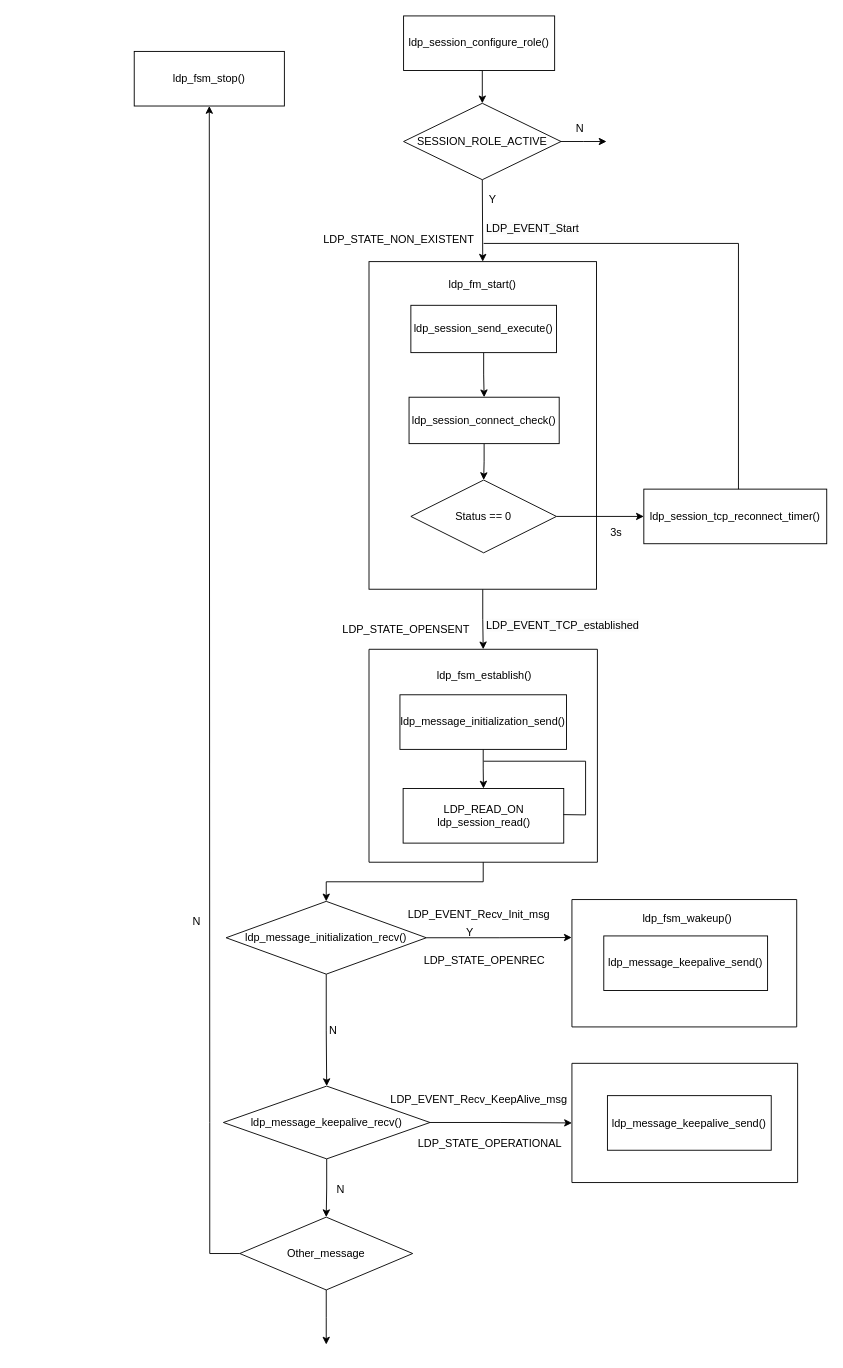
Above: lLDP_FSM_Start.drawio in YapphDev/LinkList (draw.io), before the change. Source tidied: cells renumbered, new cells numbered last; positions are measured from the earlier drawing's top-left corner, leaving out a move shared by most shapes. Both pictures are drawn from the tidied source at 91%, with x=0, y=0 at pixel (134, 15).
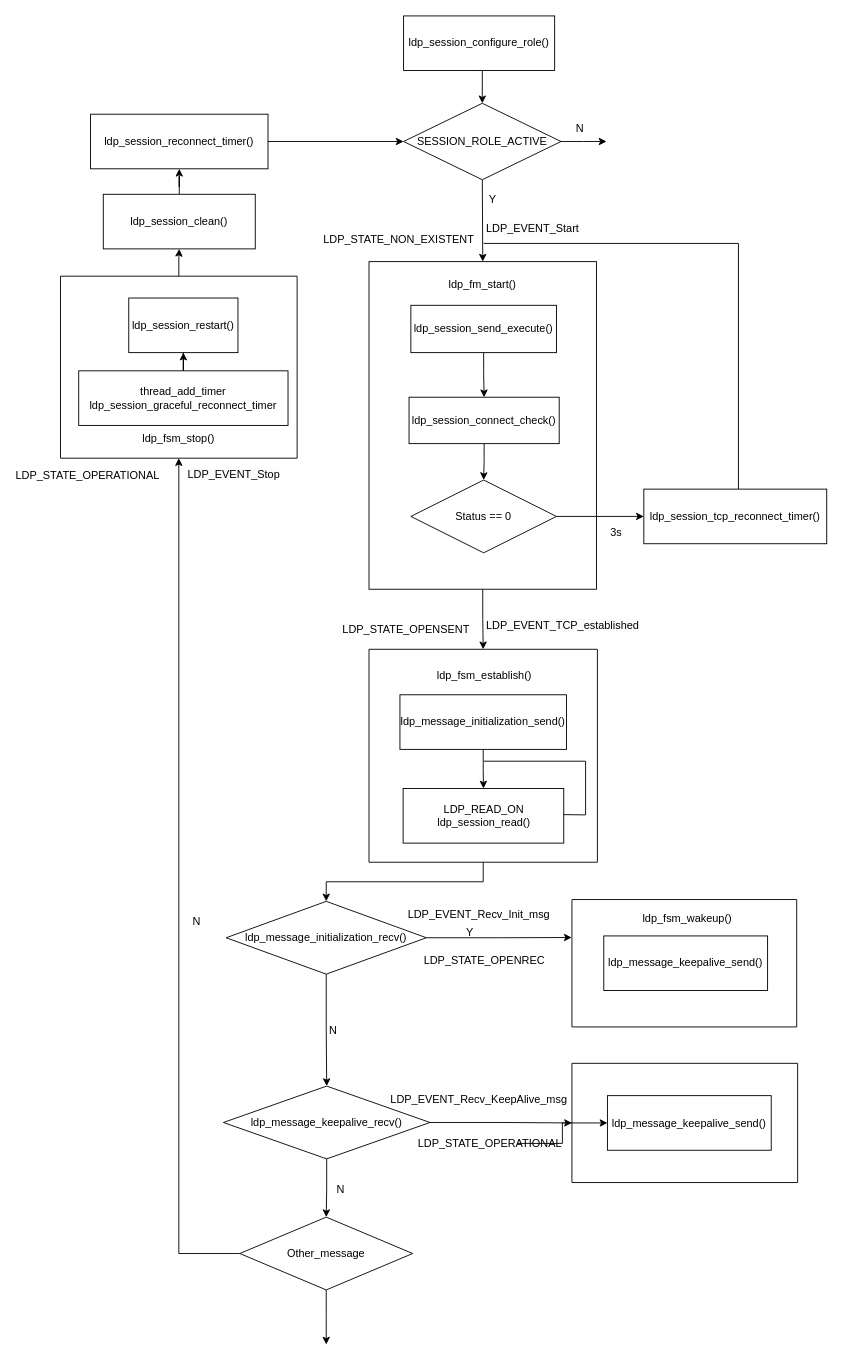
Above is the later version.

Commit message (it also covers changes not shown here):
Cập nhật lLDP_FSM_Start.drawio

Unchanged cells that the change refers to:
```xml
<mxCell id="6" value="SESSION_ROLE_ACTIVE" style="rhombus;whiteSpace=wrap;html=1;" parent="1" vertex="1">
  <mxGeometry x="296" y="96" width="173" height="84" as="geometry" />
</mxCell>
<mxCell id="49" value="ldp_message_keepalive_send()" style="rounded=0;whiteSpace=wrap;html=1;" parent="48" vertex="1">
  <mxGeometry x="39" y="35.5" width="180" height="60" as="geometry" />
</mxCell>
<mxCell id="51" value="LDP_STATE_OPERATIONAL" style="text;html=1;strokeColor=none;fillColor=none;align=center;verticalAlign=middle;whiteSpace=wrap;rounded=0;" parent="1" vertex="1">
  <mxGeometry x="361" y="1224" width="60" height="30" as="geometry" />
</mxCell>
<mxCell id="53" value="Other_message" style="rhombus;whiteSpace=wrap;html=1;" parent="1" vertex="1">
  <mxGeometry x="116" y="1320" width="190" height="80" as="geometry" />
</mxCell>
```

What changed in the source:
```diff
@@
-    <mxCell id="11" value="ldp_fsm_stop()" style="rounded=0;whiteSpace=wrap;html=1;" parent="1" vertex="1">
-      <mxGeometry y="39" width="165" height="60" as="geometry" />
-    </mxCell>
@@
-    <mxCell id="35" style="edgeStyle=orthogonalEdgeStyle;rounded=0;jettySize=auto;html=1;entryX=0.5;entryY=1;entryDx=0;entryDy=0;exitX=0;exitY=0.5;exitDx=0;exitDy=0;" parent="1" edge="1" source="53" target="11">
+    <mxCell id="35" style="edgeStyle=orthogonalEdgeStyle;rounded=0;jettySize=auto;html=1;exitX=0;exitY=0.5;exitDx=0;exitDy=0;" parent="1" edge="1" source="53" target="57">
       <mxGeometry relative="1" as="geometry">
         <Array as="points">
-          <mxPoint x="83" y="1360" />
-          <mxPoint x="83" y="1216" />
+          <mxPoint x="49" y="1360" />
         </Array>
       </mxGeometry>
     </mxCell>
@@
+    <mxCell id="55" style="edgeStyle=orthogonalEdgeStyle;rounded=0;jettySize=auto;html=1;" parent="1" edge="1" source="51" target="49">
+      <mxGeometry relative="1" as="geometry" />
+    </mxCell>
@@
+    <mxCell id="56" style="edgeStyle=orthogonalEdgeStyle;rounded=0;jettySize=auto;html=1;entryX=0.5;entryY=1;entryDx=0;entryDy=0;" parent="1" edge="1" source="57" target="64">
+      <mxGeometry relative="1" as="geometry" />
+    </mxCell>
+    <mxCell id="57" style="swimlane;startSize=0;" parent="1" vertex="1">
+      <mxGeometry x="-81" y="286" width="260" height="200" as="geometry" />
+    </mxCell>
+    <mxCell id="11" value="ldp_fsm_stop()" style="text;html=1;strokeColor=none;fillColor=none;align=center;verticalAlign=middle;whiteSpace=wrap;rounded=0;" parent="57" vertex="1">
+      <mxGeometry x="100" y="164" width="60" height="30" as="geometry" />
+    </mxCell>
+    <mxCell id="58" style="edgeStyle=orthogonalEdgeStyle;rounded=0;jettySize=auto;html=1;entryX=0.5;entryY=1;entryDx=0;entryDy=0;" parent="57" edge="1" source="59" target="60">
+      <mxGeometry relative="1" as="geometry" />
+    </mxCell>
+    <mxCell id="59" value="thread_add_timer&lt;br&gt;ldp_session_graceful_reconnect_timer" style="rounded=0;whiteSpace=wrap;html=1;" parent="57" vertex="1">
+      <mxGeometry x="20" y="104" width="230" height="60" as="geometry" />
+    </mxCell>
+    <mxCell id="60" value="ldp_session_restart()" style="rounded=0;whiteSpace=wrap;html=1;" parent="57" vertex="1">
+      <mxGeometry x="75" y="24" width="120" height="60" as="geometry" />
+    </mxCell>
+    <mxCell id="61" value="LDP_STATE_OPERATIONAL" style="text;html=1;strokeColor=none;fillColor=none;align=center;verticalAlign=middle;whiteSpace=wrap;rounded=0;" parent="1" vertex="1">
+      <mxGeometry x="-81" y="490" width="60" height="30" as="geometry" />
+    </mxCell>
+    <mxCell id="62" value="&lt;span style=&quot;color: rgb(0, 0, 0); font-family: Helvetica; font-size: 12px; font-style: normal; font-variant-ligatures: normal; font-variant-caps: normal; font-weight: 400; letter-spacing: normal; orphans: 2; text-align: center; text-indent: 0px; text-transform: none; widows: 2; word-spacing: 0px; -webkit-text-stroke-width: 0px; background-color: rgb(251, 251, 251); text-decoration-thickness: initial; text-decoration-style: initial; text-decoration-color: initial; float: none; display: inline !important;&quot;&gt;LDP_EVENT_Stop&lt;/span&gt;" style="text;whiteSpace=wrap;html=1;" parent="1" vertex="1">
+      <mxGeometry x="57" y="490" width="140" height="40" as="geometry" />
+    </mxCell>
+    <mxCell id="63" style="edgeStyle=orthogonalEdgeStyle;rounded=0;jettySize=auto;html=1;" parent="1" edge="1" source="64" target="66">
+      <mxGeometry relative="1" as="geometry" />
+    </mxCell>
+    <mxCell id="64" value="ldp_session_clean()" style="rounded=0;whiteSpace=wrap;html=1;" parent="1" vertex="1">
+      <mxGeometry x="-34" y="196" width="167" height="60" as="geometry" />
+    </mxCell>
+    <mxCell id="65" style="edgeStyle=orthogonalEdgeStyle;rounded=0;jettySize=auto;html=1;entryX=0;entryY=0.5;entryDx=0;entryDy=0;" parent="1" edge="1" source="66" target="6">
+      <mxGeometry relative="1" as="geometry" />
+    </mxCell>
+    <mxCell id="66" value="ldp_session_reconnect_timer()" style="whiteSpace=wrap;html=1;rounded=0;" parent="1" vertex="1">
+      <mxGeometry x="-48" y="108" width="195" height="60" as="geometry" />
+    </mxCell>
```
